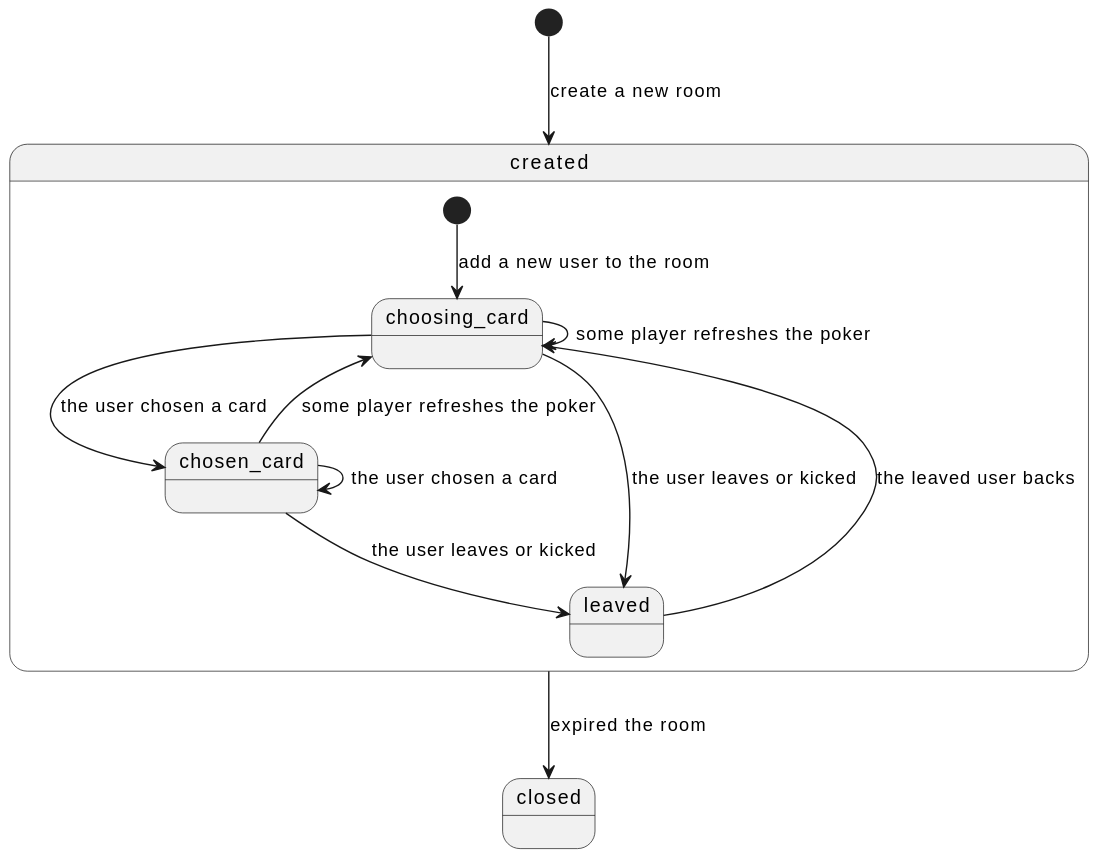
Above: doc/product/state_transition.svg in yuizho/salon (PlantUML), before the change.
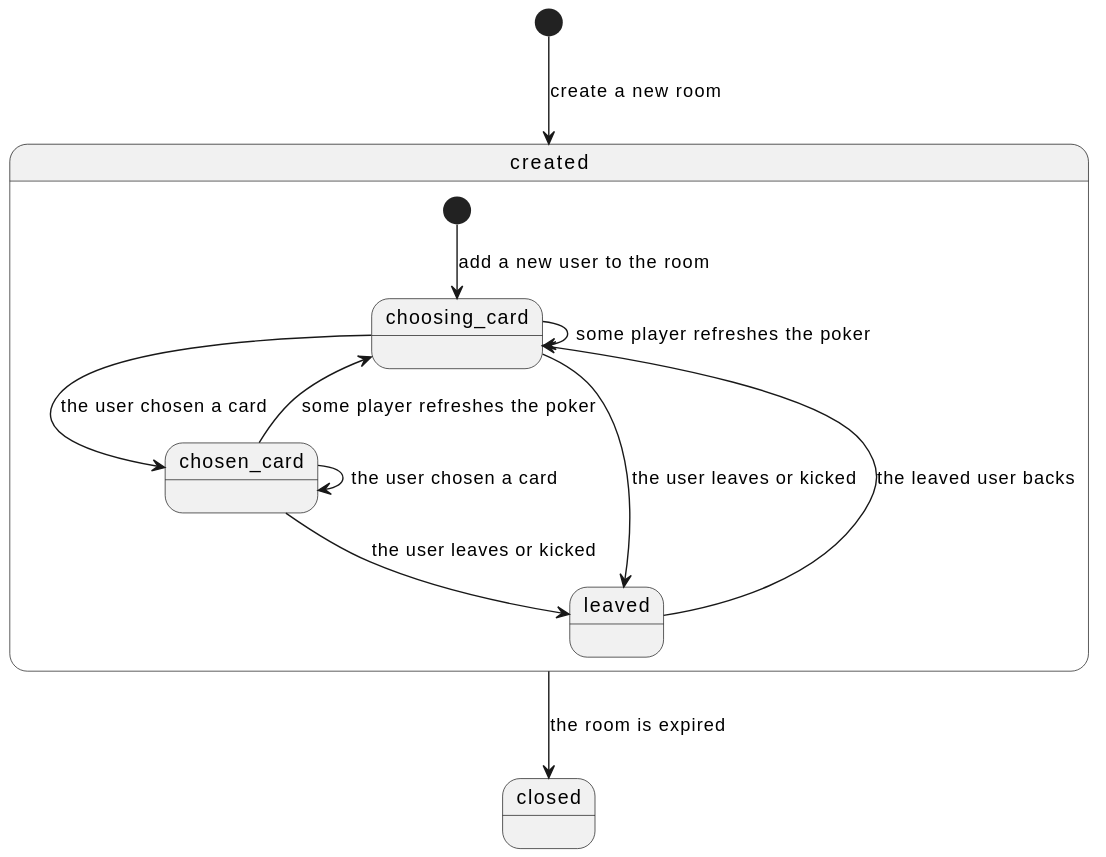
After the change.

Commit message:
update state_transition diagram

Change to the diagram source:
```diff
@@ -11,5 +11,5 @@
     leaved --> choosing_card: the leaved user backs
 }
 
-created --> closed: expired the room
+created --> closed: the room is expired
 @enduml
```
